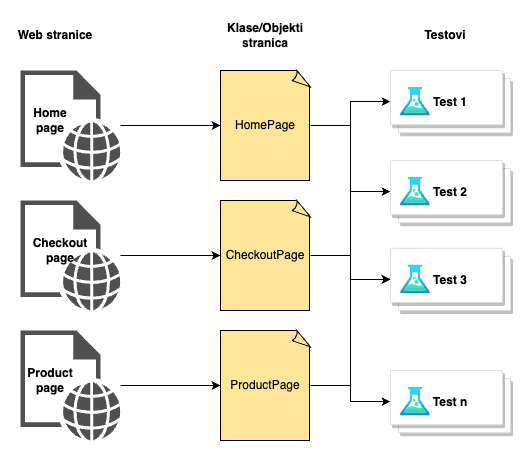
The draw.io diagram documents/masterThesis/matfmaster/img/pom.png in d1mic/gelosTestProject, before a commit. Source tidied: cells renumbered, new cells last; positions are measured from the earlier drawing's top-left corner, leaving out a move shared by most shapes.
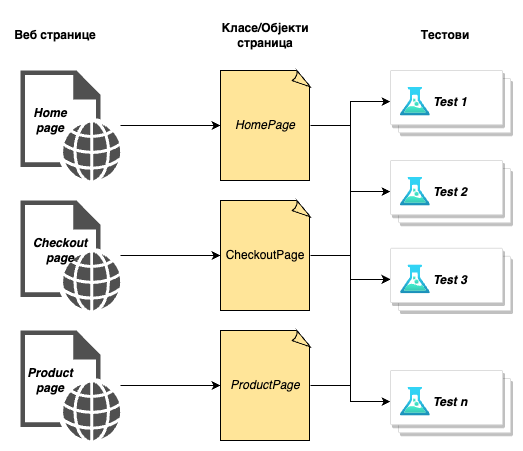
After the change.

What changed in the source:
```diff
@@ -5,7 +5,7 @@
     <mxCell id="2" style="edgeStyle=orthogonalEdgeStyle;rounded=0;jettySize=auto;html=1;entryX=0;entryY=0.5;entryDx=0;entryDy=0;" parent="1" edge="1" source="3" target="18">
       <mxGeometry relative="1" as="geometry" />
     </mxCell>
-    <mxCell id="3" value="ProductPage" style="whiteSpace=wrap;html=1;shape=mxgraph.basic.document;fillColor=#FFE599;" parent="1" vertex="1">
+    <mxCell id="3" value="&lt;i&gt;ProductPage&lt;/i&gt;" style="whiteSpace=wrap;html=1;shape=mxgraph.basic.document;fillColor=#FFE599;" parent="1" vertex="1">
       <mxGeometry x="210" y="320" width="90" height="110" as="geometry" />
     </mxCell>
     <mxCell id="4" style="edgeStyle=orthogonalEdgeStyle;rounded=0;jettySize=auto;html=1;exitX=1;exitY=0.5;exitDx=0;exitDy=0;exitPerimeter=0;entryX=0;entryY=0.5;entryDx=0;entryDy=0;" parent="1" edge="1" source="6" target="15">
@@ -26,13 +26,13 @@
     <mxCell id="9" style="edgeStyle=orthogonalEdgeStyle;rounded=0;jettySize=auto;html=1;entryX=0;entryY=0.5;entryDx=0;entryDy=0;" parent="1" edge="1" source="10" target="18">
       <mxGeometry relative="1" as="geometry" />
     </mxCell>
-    <mxCell id="10" value="HomePage" style="whiteSpace=wrap;html=1;shape=mxgraph.basic.document;fillColor=#FFE599;" parent="1" vertex="1">
+    <mxCell id="10" value="&lt;i&gt;HomePage&lt;/i&gt;" style="whiteSpace=wrap;html=1;shape=mxgraph.basic.document;fillColor=#FFE599;" parent="1" vertex="1">
       <mxGeometry x="210" y="60" width="90" height="110" as="geometry" />
     </mxCell>
     <mxCell id="11" style="group;" parent="1" vertex="1">
       <mxGeometry x="380" y="60" width="120" height="62.2" as="geometry" />
     </mxCell>
-    <mxCell id="12" value="Test 1" style="shape=mxgraph.gcp2.doubleRect;strokeColor=#dddddd;shadow=1;strokeWidth=1;rounded=1;absoluteArcSize=1;arcSize=2;fontStyle=1;" parent="11" vertex="1">
+    <mxCell id="12" value="Test 1" style="shape=mxgraph.gcp2.doubleRect;strokeColor=#dddddd;shadow=1;strokeWidth=1;rounded=1;absoluteArcSize=1;arcSize=2;fontStyle=3;" parent="11" vertex="1">
       <mxGeometry width="120" height="62.2" as="geometry" />
     </mxCell>
     <mxCell id="13" style="html=1;align=center;image;fontSize=12;image=img/lib/azure2/general/Load_Test.svg;" parent="11" vertex="1">
@@ -41,7 +41,7 @@
     <mxCell id="14" style="group;" parent="1" vertex="1">
       <mxGeometry x="380" y="150" width="120" height="62.2" as="geometry" />
     </mxCell>
-    <mxCell id="15" value="Test 2" style="shape=mxgraph.gcp2.doubleRect;strokeColor=#dddddd;shadow=1;strokeWidth=1;rounded=1;absoluteArcSize=1;arcSize=2;fontStyle=1;" parent="14" vertex="1">
+    <mxCell id="15" value="Test 2" style="shape=mxgraph.gcp2.doubleRect;strokeColor=#dddddd;shadow=1;strokeWidth=1;rounded=1;absoluteArcSize=1;arcSize=2;fontStyle=3;" parent="14" vertex="1">
       <mxGeometry width="120" height="62.2" as="geometry" />
     </mxCell>
     <mxCell id="16" style="html=1;align=center;image;fontSize=12;image=img/lib/azure2/general/Load_Test.svg;" parent="14" vertex="1">
@@ -50,7 +50,7 @@
     <mxCell id="17" style="group;" parent="1" vertex="1">
       <mxGeometry x="380" y="237.8" width="120" height="62.2" as="geometry" />
     </mxCell>
-    <mxCell id="18" value="Test 3" style="shape=mxgraph.gcp2.doubleRect;strokeColor=#dddddd;shadow=1;strokeWidth=1;rounded=1;absoluteArcSize=1;arcSize=2;fontStyle=1;" parent="17" vertex="1">
+    <mxCell id="18" value="Test 3" style="shape=mxgraph.gcp2.doubleRect;strokeColor=#dddddd;shadow=1;strokeWidth=1;rounded=1;absoluteArcSize=1;arcSize=2;fontStyle=3;" parent="17" vertex="1">
       <mxGeometry width="120" height="62.2" as="geometry" />
     </mxCell>
     <mxCell id="19" style="html=1;align=center;image;fontSize=12;image=img/lib/azure2/general/Load_Test.svg;" parent="17" vertex="1">
@@ -59,7 +59,7 @@
     <mxCell id="20" style="group;" parent="1" vertex="1">
       <mxGeometry x="380" y="360" width="120" height="62.2" as="geometry" />
     </mxCell>
-    <mxCell id="21" value="Test n" style="shape=mxgraph.gcp2.doubleRect;strokeColor=#dddddd;shadow=1;strokeWidth=1;rounded=1;absoluteArcSize=1;arcSize=2;fontStyle=1;" parent="20" vertex="1">
+    <mxCell id="21" value="Test n" style="shape=mxgraph.gcp2.doubleRect;strokeColor=#dddddd;shadow=1;strokeWidth=1;rounded=1;absoluteArcSize=1;arcSize=2;fontStyle=3;" parent="20" vertex="1">
       <mxGeometry width="120" height="62.2" as="geometry" />
     </mxCell>
     <mxCell id="22" style="html=1;align=center;image;fontSize=12;image=img/lib/azure2/general/Load_Test.svg;" parent="20" vertex="1">
@@ -71,7 +71,7 @@
     <mxCell id="24" style="sketch=0;shadow=0;dashed=0;html=1;strokeColor=none;fillColor=#505050;labelPosition=center;verticalLabelPosition=bottom;verticalAlign=top;outlineConnect=0;align=center;shape=mxgraph.office.concepts.web_page;" parent="23" vertex="1">
       <mxGeometry width="100" height="110" as="geometry" />
     </mxCell>
-    <mxCell id="25" value="&lt;b&gt;Home page&lt;/b&gt;" style="text;html=1;strokeColor=none;fillColor=none;align=center;verticalAlign=middle;whiteSpace=wrap;rounded=0;" parent="23" vertex="1">
+    <mxCell id="25" value="&lt;b&gt;&lt;i&gt;Home page&lt;/i&gt;&lt;/b&gt;" style="text;html=1;strokeColor=none;fillColor=none;align=center;verticalAlign=middle;whiteSpace=wrap;rounded=0;" parent="23" vertex="1">
       <mxGeometry y="30" width="60" height="40" as="geometry" />
     </mxCell>
     <mxCell id="26" style="group;" parent="1" vertex="1">
@@ -80,7 +80,7 @@
     <mxCell id="27" style="sketch=0;shadow=0;dashed=0;html=1;strokeColor=none;fillColor=#505050;labelPosition=center;verticalLabelPosition=bottom;verticalAlign=top;outlineConnect=0;align=center;shape=mxgraph.office.concepts.web_page;" parent="26" vertex="1">
       <mxGeometry width="100" height="110" as="geometry" />
     </mxCell>
-    <mxCell id="28" value="&lt;b&gt;Checkout page&lt;/b&gt;" style="text;html=1;strokeColor=none;fillColor=none;align=center;verticalAlign=middle;whiteSpace=wrap;rounded=0;" parent="26" vertex="1">
+    <mxCell id="28" value="&lt;b&gt;&lt;i&gt;Checkout page&lt;/i&gt;&lt;/b&gt;" style="text;html=1;strokeColor=none;fillColor=none;align=center;verticalAlign=middle;whiteSpace=wrap;rounded=0;" parent="26" vertex="1">
       <mxGeometry x="10" y="30" width="60" height="40" as="geometry" />
     </mxCell>
     <mxCell id="29" style="group;" parent="1" vertex="1">
@@ -89,7 +89,7 @@
     <mxCell id="30" style="sketch=0;shadow=0;dashed=0;html=1;strokeColor=none;fillColor=#505050;labelPosition=center;verticalLabelPosition=bottom;verticalAlign=top;outlineConnect=0;align=center;shape=mxgraph.office.concepts.web_page;" parent="29" vertex="1">
       <mxGeometry width="100" height="110" as="geometry" />
     </mxCell>
-    <mxCell id="31" value="&lt;b&gt;Product&lt;br&gt;page&lt;br&gt;&lt;/b&gt;" style="text;html=1;strokeColor=none;fillColor=none;align=center;verticalAlign=middle;whiteSpace=wrap;rounded=0;" parent="29" vertex="1">
+    <mxCell id="31" value="&lt;b&gt;&lt;i&gt;Product&lt;br&gt;page&lt;/i&gt;&lt;br&gt;&lt;/b&gt;" style="text;html=1;strokeColor=none;fillColor=none;align=center;verticalAlign=middle;whiteSpace=wrap;rounded=0;" parent="29" vertex="1">
       <mxGeometry y="30" width="60" height="40" as="geometry" />
     </mxCell>
     <mxCell id="32" style="edgeStyle=orthogonalEdgeStyle;rounded=0;jettySize=auto;html=1;entryX=0;entryY=0.5;entryDx=0;entryDy=0;entryPerimeter=0;" parent="1" edge="1" source="24" target="10">
@@ -101,13 +101,13 @@
     <mxCell id="34" style="edgeStyle=orthogonalEdgeStyle;rounded=0;jettySize=auto;html=1;entryX=0;entryY=0.5;entryDx=0;entryDy=0;entryPerimeter=0;" parent="1" edge="1" source="30" target="3">
       <mxGeometry relative="1" as="geometry" />
     </mxCell>
-    <mxCell id="35" value="&lt;b&gt;Web stranice&lt;/b&gt;" style="text;html=1;strokeColor=none;fillColor=none;align=center;verticalAlign=middle;whiteSpace=wrap;rounded=0;" parent="1" vertex="1">
+    <mxCell id="35" value="&lt;b&gt;Веб странице&lt;/b&gt;" style="text;html=1;strokeColor=none;fillColor=none;align=center;verticalAlign=middle;whiteSpace=wrap;rounded=0;" parent="1" vertex="1">
       <mxGeometry width="90" height="50" as="geometry" />
     </mxCell>
-    <mxCell id="36" value="&lt;b&gt;Klase/Objekti stranica&lt;/b&gt;" style="text;html=1;strokeColor=none;fillColor=none;align=center;verticalAlign=middle;whiteSpace=wrap;rounded=0;" parent="1" vertex="1">
+    <mxCell id="36" value="&lt;b&gt;Класе/Објекти страница&lt;/b&gt;" style="text;html=1;strokeColor=none;fillColor=none;align=center;verticalAlign=middle;whiteSpace=wrap;rounded=0;" parent="1" vertex="1">
       <mxGeometry x="210" width="90" height="50" as="geometry" />
     </mxCell>
-    <mxCell id="37" value="&lt;b&gt;Testovi&lt;/b&gt;" style="text;html=1;strokeColor=none;fillColor=none;align=center;verticalAlign=middle;whiteSpace=wrap;rounded=0;" parent="1" vertex="1">
+    <mxCell id="37" value="&lt;b&gt;Тестови&lt;/b&gt;" style="text;html=1;strokeColor=none;fillColor=none;align=center;verticalAlign=middle;whiteSpace=wrap;rounded=0;" parent="1" vertex="1">
       <mxGeometry x="390" width="90" height="50" as="geometry" />
     </mxCell>
   </root>
```
